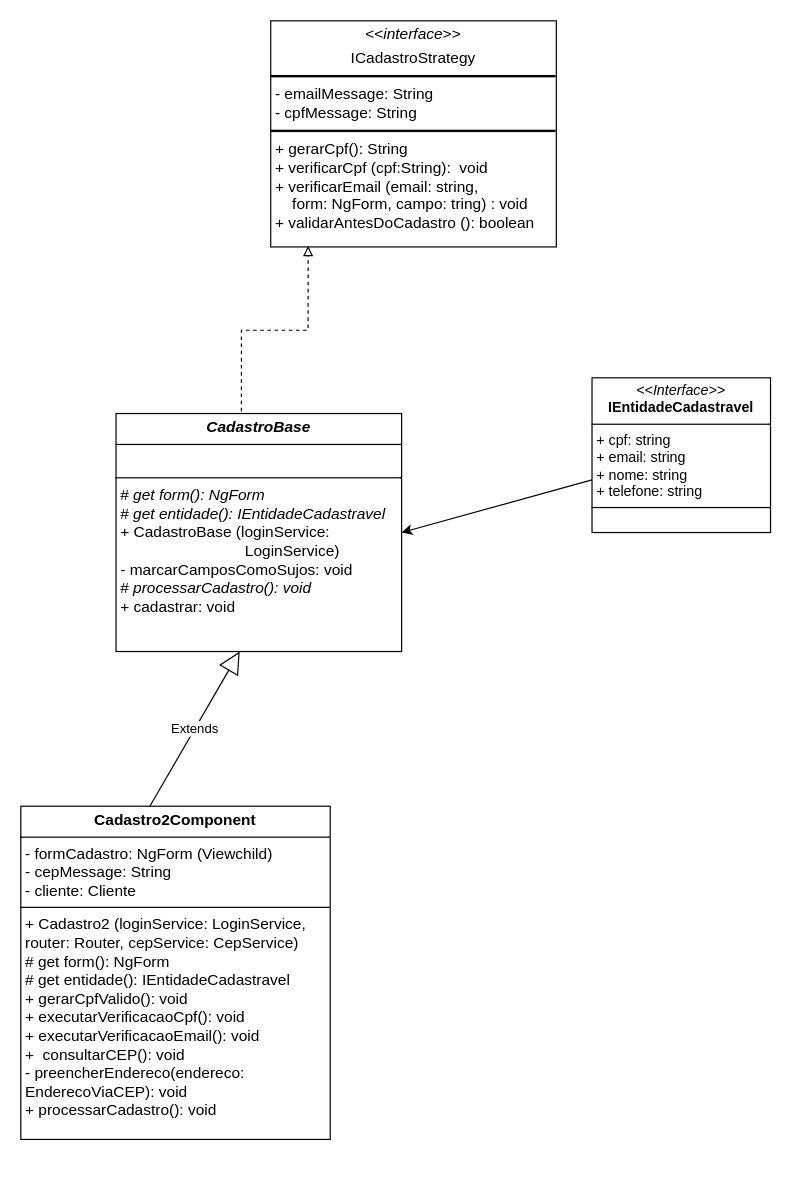
Before: cadastro.drawio in alejandrolafuente/SistemaBanco, a draw.io diagram. Source tidied: cells renumbered, new cells numbered last; positions are measured from the earlier drawing's top-left corner, leaving out a move shared by most shapes. Both pictures are drawn from the tidied source at 119%, with x=0, y=0 at pixel (20, 20).
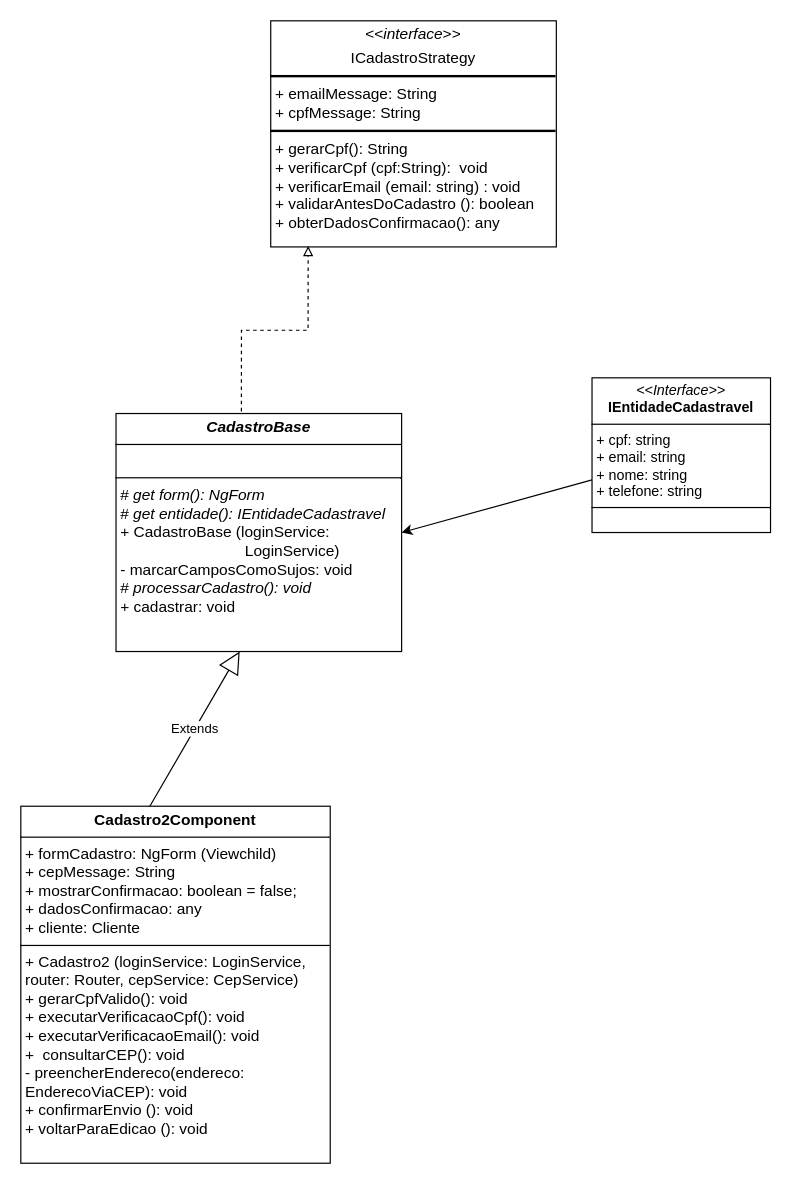
The same page after the edit.

The edit, as a diff of the source:
```diff
@@
 <mxGraphModel>
   <root>
     <mxCell id="0" />
     <mxCell id="1" parent="0" />
-    <mxCell id="2" value="&lt;p style=&quot;margin:0px;margin-top:4px;text-align:center;&quot;&gt;&amp;lt;&amp;lt;&lt;i&gt;interface&lt;/i&gt;&amp;gt;&amp;gt;&lt;/p&gt;&lt;p style=&quot;margin:0px;margin-top:4px;text-align:center;&quot;&gt;ICadastroStrategy&lt;/p&gt;&lt;hr style=&quot;border-style:solid;&quot;&gt;&lt;p style=&quot;margin:0px;margin-left:4px;&quot;&gt;- emailMessage: String&lt;/p&gt;&lt;p style=&quot;margin:0px;margin-left:4px;&quot;&gt;- cpfMessage: String&lt;/p&gt;&lt;hr style=&quot;border-style:solid;&quot;&gt;&lt;p style=&quot;margin:0px;margin-left:4px;&quot;&gt;+ gerarCpf(): String&lt;/p&gt;&lt;p style=&quot;margin:0px;margin-left:4px;&quot;&gt;+ verificarCpf (cpf:String):&amp;nbsp; void&lt;/p&gt;&lt;p style=&quot;margin:0px;margin-left:4px;&quot;&gt;+ verificarEmail (email: string,&lt;/p&gt;&lt;p style=&quot;margin:0px;margin-left:4px;&quot;&gt;&amp;nbsp; &amp;nbsp; form: NgForm, campo: tring)&amp;nbsp;&lt;span style=&quot;background-color: transparent;&quot;&gt;: void&lt;/span&gt;&lt;/p&gt;&lt;p style=&quot;margin:0px;margin-left:4px;&quot;&gt;+ validarAntesDoCadastro (): boolean&lt;/p&gt;" style="verticalAlign=top;align=left;overflow=fill;html=1;whiteSpace=wrap;fontSize=13;" parent="1" vertex="1">
+    <mxCell id="2" value="&lt;p style=&quot;margin:0px;margin-top:4px;text-align:center;&quot;&gt;&amp;lt;&amp;lt;&lt;i&gt;interface&lt;/i&gt;&amp;gt;&amp;gt;&lt;/p&gt;&lt;p style=&quot;margin:0px;margin-top:4px;text-align:center;&quot;&gt;ICadastroStrategy&lt;/p&gt;&lt;hr style=&quot;border-style:solid;&quot;&gt;&lt;p style=&quot;margin:0px;margin-left:4px;&quot;&gt;+ emailMessage: String&lt;/p&gt;&lt;p style=&quot;margin:0px;margin-left:4px;&quot;&gt;+ cpfMessage: String&lt;/p&gt;&lt;hr style=&quot;border-style:solid;&quot;&gt;&lt;p style=&quot;margin:0px;margin-left:4px;&quot;&gt;+ gerarCpf(): String&lt;/p&gt;&lt;p style=&quot;margin:0px;margin-left:4px;&quot;&gt;+ verificarCpf (cpf:String):&amp;nbsp; void&lt;/p&gt;&lt;p style=&quot;margin:0px;margin-left:4px;&quot;&gt;+ verificarEmail (email: string)&lt;span style=&quot;background-color: transparent;&quot;&gt;&amp;nbsp;&lt;/span&gt;&lt;span style=&quot;background-color: transparent;&quot;&gt;: void&lt;/span&gt;&lt;/p&gt;&lt;p style=&quot;margin:0px;margin-left:4px;&quot;&gt;+ validarAntesDoCadastro (): boolean&lt;/p&gt;&lt;p style=&quot;margin:0px;margin-left:4px;&quot;&gt;+ obterDadosConfirmacao(): any&lt;/p&gt;" style="verticalAlign=top;align=left;overflow=fill;html=1;whiteSpace=wrap;fontSize=13;" parent="1" vertex="1">
       <mxGeometry x="210" width="240" height="190" as="geometry" />
     </mxCell>
     <mxCell id="3" style="html=1;labelBackgroundColor=#ffffff;jettySize=auto;fontSize=14;rounded=0;jumpStyle=gap;edgeStyle=orthogonalEdgeStyle;startArrow=none;endArrow=block;endFill=0;dashed=1;strokeWidth=1;exitX=0.439;exitY=0.021;exitDx=0;exitDy=0;exitPerimeter=0;entryX=0.131;entryY=0.996;entryDx=0;entryDy=0;entryPerimeter=0;" parent="1" edge="1" source="4" target="2">
       <mxGeometry relative="1" as="geometry" />
     </mxCell>
     <mxCell id="4" value="&lt;p style=&quot;margin:0px;margin-top:4px;text-align:center;&quot;&gt;&lt;b&gt;&lt;i&gt;&lt;font style=&quot;color: light-dark(rgb(0, 0, 0), rgb(192, 192, 192)); font-size: 13px;&quot;&gt;CadastroBase&lt;/font&gt;&lt;/i&gt;&lt;/b&gt;&lt;/p&gt;&lt;hr size=&quot;1&quot; style=&quot;border-style:solid;&quot;&gt;&lt;p style=&quot;margin:0px;margin-left:4px;&quot;&gt;&lt;font style=&quot;color: light-dark(rgb(0, 0, 0), rgb(192, 192, 192)); font-size: 13px;&quot;&gt;&lt;br&gt;&lt;/font&gt;&lt;/p&gt;&lt;hr size=&quot;1&quot; style=&quot;border-style:solid;&quot;&gt;&lt;p style=&quot;margin:0px;margin-left:4px;&quot;&gt;&lt;font style=&quot;color: light-dark(rgb(0, 0, 0), rgb(192, 192, 192)); font-size: 13px;&quot;&gt;# &lt;i&gt;get form(): NgForm&lt;/i&gt;&lt;/font&gt;&lt;/p&gt;&lt;p style=&quot;margin:0px;margin-left:4px;&quot;&gt;&lt;span&gt;&lt;font style=&quot;color: light-dark(rgb(0, 0, 0), rgb(192, 192, 192)); font-size: 13px;&quot;&gt;# &lt;i&gt;get entidade(): IEntidadeCadastravel&lt;/i&gt;&lt;/font&gt;&lt;/span&gt;&lt;/p&gt;&lt;p style=&quot;margin:0px;margin-left:4px;&quot;&gt;&lt;span&gt;&lt;font style=&quot;color: light-dark(rgb(0, 0, 0), rgb(192, 192, 192)); font-size: 13px;&quot;&gt;+ CadastroBase (loginService:&amp;nbsp;&lt;/font&gt;&lt;/span&gt;&lt;/p&gt;&lt;p style=&quot;margin:0px;margin-left:4px;&quot;&gt;&lt;span&gt;&lt;font style=&quot;color: light-dark(rgb(0, 0, 0), rgb(192, 192, 192)); font-size: 13px;&quot;&gt;&lt;span style=&quot;white-space: pre;&quot;&gt;&#9;&lt;/span&gt;&lt;span style=&quot;white-space: pre;&quot;&gt;&#9;&lt;/span&gt;&lt;span style=&quot;white-space: pre;&quot;&gt;&#9;&lt;/span&gt;&amp;nbsp; &amp;nbsp; &amp;nbsp;LoginService)&lt;/font&gt;&lt;/span&gt;&lt;/p&gt;&lt;p style=&quot;margin:0px;margin-left:4px;&quot;&gt;&lt;span&gt;&lt;font style=&quot;color: light-dark(rgb(0, 0, 0), rgb(192, 192, 192)); font-size: 13px;&quot;&gt;- marcarCamposComoSujos: void&lt;/font&gt;&lt;/span&gt;&lt;/p&gt;&lt;p style=&quot;margin:0px;margin-left:4px;&quot;&gt;&lt;font style=&quot;color: light-dark(rgb(0, 0, 0), rgb(192, 192, 192)); font-size: 13px;&quot;&gt;&lt;font style=&quot;&quot;&gt;#&lt;/font&gt;&lt;i style=&quot;&quot;&gt;&lt;font style=&quot;&quot;&gt; processarCadastro(): void&lt;/font&gt;&lt;/i&gt;&lt;/font&gt;&lt;/p&gt;&lt;p style=&quot;margin:0px;margin-left:4px;&quot;&gt;&lt;font style=&quot;color: light-dark(rgb(0, 0, 0), rgb(192, 192, 192)); font-size: 13px;&quot;&gt;+ cadastrar: void&lt;/font&gt;&lt;/p&gt;" style="verticalAlign=top;align=left;overflow=fill;html=1;whiteSpace=wrap;" parent="1" vertex="1">
       <mxGeometry x="80" y="330" width="240" height="200" as="geometry" />
     </mxCell>
     <mxCell id="5" style="edgeStyle=none;html=1;entryX=1;entryY=0.5;entryDx=0;entryDy=0;" parent="1" edge="1" source="6" target="4">
       <mxGeometry relative="1" as="geometry" />
     </mxCell>
     <mxCell id="6" value="&lt;p style=&quot;margin:0px;margin-top:4px;text-align:center;&quot;&gt;&lt;i&gt;&amp;lt;&amp;lt;Interface&amp;gt;&amp;gt;&lt;/i&gt;&lt;br&gt;&lt;b&gt;IEntidadeCadastravel&lt;/b&gt;&lt;/p&gt;&lt;hr size=&quot;1&quot; style=&quot;border-style:solid;&quot;&gt;&lt;p style=&quot;margin:0px;margin-left:4px;&quot;&gt;+ cpf: string&lt;br&gt;+ email: string&lt;/p&gt;&lt;p style=&quot;margin:0px;margin-left:4px;&quot;&gt;+ nome: string&lt;/p&gt;&lt;p style=&quot;margin:0px;margin-left:4px;&quot;&gt;+ telefone: string&lt;/p&gt;&lt;hr size=&quot;1&quot; style=&quot;border-style:solid;&quot;&gt;&lt;p style=&quot;margin:0px;margin-left:4px;&quot;&gt;&lt;br&gt;&lt;/p&gt;" style="verticalAlign=top;align=left;overflow=fill;html=1;whiteSpace=wrap;" parent="1" vertex="1">
       <mxGeometry x="480" y="300" width="150" height="130" as="geometry" />
     </mxCell>
-    <mxCell id="7" value="&lt;p style=&quot;margin:0px;margin-top:4px;text-align:center;&quot;&gt;&lt;b&gt;&lt;font style=&quot;font-size: 13px; background-color: light-dark(#ffffff, var(--ge-dark-color, #121212)); color: light-dark(rgb(0, 0, 0), rgb(192, 192, 192));&quot;&gt;Cadastro2Component&lt;/font&gt;&lt;/b&gt;&lt;/p&gt;&lt;hr size=&quot;1&quot; style=&quot;border-style:solid;&quot;&gt;&lt;p style=&quot;margin:0px;margin-left:4px;&quot;&gt;&lt;font style=&quot;font-size: 13px; background-color: light-dark(#ffffff, var(--ge-dark-color, #121212)); color: light-dark(rgb(0, 0, 0), rgb(192, 192, 192));&quot;&gt;- formCadastro: NgForm (Viewchild)&lt;/font&gt;&lt;/p&gt;&lt;p style=&quot;margin:0px;margin-left:4px;&quot;&gt;&lt;font style=&quot;font-size: 13px; background-color: light-dark(#ffffff, var(--ge-dark-color, #121212)); color: light-dark(rgb(0, 0, 0), rgb(192, 192, 192));&quot;&gt;- cepMessage: String&lt;/font&gt;&lt;/p&gt;&lt;p style=&quot;margin:0px;margin-left:4px;&quot;&gt;&lt;font style=&quot;font-size: 13px; background-color: light-dark(#ffffff, var(--ge-dark-color, #121212)); color: light-dark(rgb(0, 0, 0), rgb(192, 192, 192));&quot;&gt;- cliente: Cliente&lt;/font&gt;&lt;/p&gt;&lt;hr size=&quot;1&quot; style=&quot;border-style:solid;&quot;&gt;&lt;p style=&quot;margin:0px;margin-left:4px;&quot;&gt;&lt;font style=&quot;font-size: 13px; background-color: light-dark(#ffffff, var(--ge-dark-color, #121212)); color: light-dark(rgb(0, 0, 0), rgb(192, 192, 192));&quot;&gt;+ Cadastro2 (loginService: LoginService,&amp;nbsp; &amp;nbsp; router: Router, cepService: CepService)&lt;/font&gt;&lt;/p&gt;&lt;p style=&quot;margin:0px;margin-left:4px;&quot;&gt;&lt;font style=&quot;font-size: 13px; background-color: light-dark(#ffffff, var(--ge-dark-color, #121212)); color: light-dark(rgb(0, 0, 0), rgb(192, 192, 192));&quot;&gt;# get form(): NgForm&lt;/font&gt;&lt;/p&gt;&lt;p style=&quot;margin:0px;margin-left:4px;&quot;&gt;&lt;font style=&quot;font-size: 13px; background-color: light-dark(#ffffff, var(--ge-dark-color, #121212)); color: light-dark(rgb(0, 0, 0), rgb(192, 192, 192));&quot;&gt;# get entidade(): IEntidadeCadastravel&lt;/font&gt;&lt;/p&gt;&lt;p style=&quot;margin:0px;margin-left:4px;&quot;&gt;&lt;font style=&quot;font-size: 13px; background-color: light-dark(#ffffff, var(--ge-dark-color, #121212)); color: light-dark(rgb(0, 0, 0), rgb(192, 192, 192));&quot;&gt;+ gerarCpfValido(): void&lt;/font&gt;&lt;/p&gt;&lt;p style=&quot;margin:0px;margin-left:4px;&quot;&gt;&lt;font style=&quot;font-size: 13px; background-color: light-dark(#ffffff, var(--ge-dark-color, #121212)); color: light-dark(rgb(0, 0, 0), rgb(192, 192, 192));&quot;&gt;+ executarVerificacaoCpf(): void&lt;/font&gt;&lt;/p&gt;&lt;p style=&quot;margin:0px;margin-left:4px;&quot;&gt;&lt;font style=&quot;font-size: 13px; background-color: light-dark(#ffffff, var(--ge-dark-color, #121212)); color: light-dark(rgb(0, 0, 0), rgb(192, 192, 192));&quot;&gt;+&amp;nbsp;executarVerificacaoEmail(): void&lt;/font&gt;&lt;/p&gt;&lt;p style=&quot;margin:0px;margin-left:4px;&quot;&gt;&lt;font style=&quot;font-size: 13px; background-color: light-dark(#ffffff, var(--ge-dark-color, #121212)); color: light-dark(rgb(0, 0, 0), rgb(192, 192, 192));&quot;&gt;+&amp;nbsp;&amp;nbsp;consultarCEP(): void&lt;/font&gt;&lt;/p&gt;&lt;p style=&quot;margin:0px;margin-left:4px;&quot;&gt;&lt;font style=&quot;font-size: 13px; background-color: light-dark(#ffffff, var(--ge-dark-color, #121212)); color: light-dark(rgb(0, 0, 0), rgb(192, 192, 192));&quot;&gt;-&amp;nbsp;preencherEndereco(endereco: EnderecoViaCEP): void&lt;/font&gt;&lt;/p&gt;&lt;p style=&quot;margin:0px;margin-left:4px;&quot;&gt;&lt;font style=&quot;font-size: 13px; background-color: light-dark(#ffffff, var(--ge-dark-color, #121212)); color: light-dark(rgb(0, 0, 0), rgb(192, 192, 192));&quot;&gt;+&amp;nbsp;processarCadastro(): void&lt;/font&gt;&lt;/p&gt;" style="verticalAlign=top;align=left;overflow=fill;html=1;whiteSpace=wrap;" parent="1" vertex="1">
-      <mxGeometry y="660" width="260" height="280" as="geometry" />
+    <mxCell id="7" value="&lt;p style=&quot;margin:0px;margin-top:4px;text-align:center;&quot;&gt;&lt;b&gt;&lt;font style=&quot;font-size: 13px; background-color: light-dark(#ffffff, var(--ge-dark-color, #121212)); color: light-dark(rgb(0, 0, 0), rgb(192, 192, 192));&quot;&gt;Cadastro2Component&lt;/font&gt;&lt;/b&gt;&lt;/p&gt;&lt;hr size=&quot;1&quot; style=&quot;border-style:solid;&quot;&gt;&lt;p style=&quot;margin:0px;margin-left:4px;&quot;&gt;&lt;font style=&quot;font-size: 13px; background-color: light-dark(#ffffff, var(--ge-dark-color, #121212)); color: light-dark(rgb(0, 0, 0), rgb(192, 192, 192));&quot;&gt;+ formCadastro: NgForm (Viewchild)&lt;/font&gt;&lt;/p&gt;&lt;p style=&quot;margin:0px;margin-left:4px;&quot;&gt;&lt;font style=&quot;font-size: 13px; background-color: light-dark(#ffffff, var(--ge-dark-color, #121212)); color: light-dark(rgb(0, 0, 0), rgb(192, 192, 192));&quot;&gt;+ cepMessage: String&lt;/font&gt;&lt;/p&gt;&lt;p style=&quot;margin:0px;margin-left:4px;&quot;&gt;&lt;font style=&quot;font-size: 13px; background-color: light-dark(#ffffff, var(--ge-dark-color, #121212)); color: light-dark(rgb(0, 0, 0), rgb(192, 192, 192));&quot;&gt;+ mostrarConfirmacao: boolean = false;&lt;/font&gt;&lt;/p&gt;&lt;p style=&quot;margin:0px;margin-left:4px;&quot;&gt;&lt;font style=&quot;font-size: 13px; background-color: light-dark(#ffffff, var(--ge-dark-color, #121212)); color: light-dark(rgb(0, 0, 0), rgb(192, 192, 192));&quot;&gt;+ dadosConfirmacao: any&lt;/font&gt;&lt;/p&gt;&lt;p style=&quot;margin:0px;margin-left:4px;&quot;&gt;&lt;font style=&quot;font-size: 13px; background-color: light-dark(#ffffff, var(--ge-dark-color, #121212)); color: light-dark(rgb(0, 0, 0), rgb(192, 192, 192));&quot;&gt;+ cliente: Cliente&lt;/font&gt;&lt;/p&gt;&lt;hr size=&quot;1&quot; style=&quot;border-style:solid;&quot;&gt;&lt;p style=&quot;margin:0px;margin-left:4px;&quot;&gt;&lt;font style=&quot;font-size: 13px; background-color: light-dark(#ffffff, var(--ge-dark-color, #121212)); color: light-dark(rgb(0, 0, 0), rgb(192, 192, 192));&quot;&gt;+ Cadastro2 (loginService: LoginService,&amp;nbsp; &amp;nbsp; router: Router, cepService: CepService)&lt;/font&gt;&lt;/p&gt;&lt;p style=&quot;margin:0px;margin-left:4px;&quot;&gt;&lt;font style=&quot;font-size: 13px; background-color: light-dark(#ffffff, var(--ge-dark-color, #121212)); color: light-dark(rgb(0, 0, 0), rgb(192, 192, 192));&quot;&gt;+ gerarCpfValido(): void&lt;/font&gt;&lt;/p&gt;&lt;p style=&quot;margin:0px;margin-left:4px;&quot;&gt;&lt;font style=&quot;font-size: 13px; background-color: light-dark(#ffffff, var(--ge-dark-color, #121212)); color: light-dark(rgb(0, 0, 0), rgb(192, 192, 192));&quot;&gt;+ executarVerificacaoCpf(): void&lt;/font&gt;&lt;/p&gt;&lt;p style=&quot;margin:0px;margin-left:4px;&quot;&gt;&lt;font style=&quot;font-size: 13px; background-color: light-dark(#ffffff, var(--ge-dark-color, #121212)); color: light-dark(rgb(0, 0, 0), rgb(192, 192, 192));&quot;&gt;+&amp;nbsp;executarVerificacaoEmail(): void&lt;/font&gt;&lt;/p&gt;&lt;p style=&quot;margin:0px;margin-left:4px;&quot;&gt;&lt;font style=&quot;font-size: 13px; background-color: light-dark(#ffffff, var(--ge-dark-color, #121212)); color: light-dark(rgb(0, 0, 0), rgb(192, 192, 192));&quot;&gt;+&amp;nbsp;&amp;nbsp;consultarCEP(): void&lt;/font&gt;&lt;/p&gt;&lt;p style=&quot;margin:0px;margin-left:4px;&quot;&gt;&lt;font style=&quot;font-size: 13px; background-color: light-dark(#ffffff, var(--ge-dark-color, #121212)); color: light-dark(rgb(0, 0, 0), rgb(192, 192, 192));&quot;&gt;-&amp;nbsp;preencherEndereco(endereco: EnderecoViaCEP): void&lt;/font&gt;&lt;/p&gt;&lt;p style=&quot;margin:0px;margin-left:4px;&quot;&gt;&lt;font style=&quot;font-size: 13px; background-color: light-dark(#ffffff, var(--ge-dark-color, #121212)); color: light-dark(rgb(0, 0, 0), rgb(192, 192, 192));&quot;&gt;+ confirmarEnvio (): void&lt;/font&gt;&lt;/p&gt;&lt;p style=&quot;margin:0px;margin-left:4px;&quot;&gt;&lt;font style=&quot;font-size: 13px; background-color: light-dark(#ffffff, var(--ge-dark-color, #121212)); color: light-dark(rgb(0, 0, 0), rgb(192, 192, 192));&quot;&gt;+ voltarParaEdicao (): void&lt;/font&gt;&lt;/p&gt;" style="verticalAlign=top;align=left;overflow=fill;html=1;whiteSpace=wrap;" parent="1" vertex="1">
+      <mxGeometry y="660" width="260" height="300" as="geometry" />
     </mxCell>
     <mxCell id="8" value="Extends" style="endArrow=block;endSize=16;endFill=0;html=1;entryX=0.433;entryY=1;entryDx=0;entryDy=0;entryPerimeter=0;exitX=0.417;exitY=0;exitDx=0;exitDy=0;exitPerimeter=0;" parent="1" edge="1" source="7" target="4">
       <mxGeometry relative="1" as="geometry" />
     </mxCell>
   </root>
 </mxGraphModel>
```
